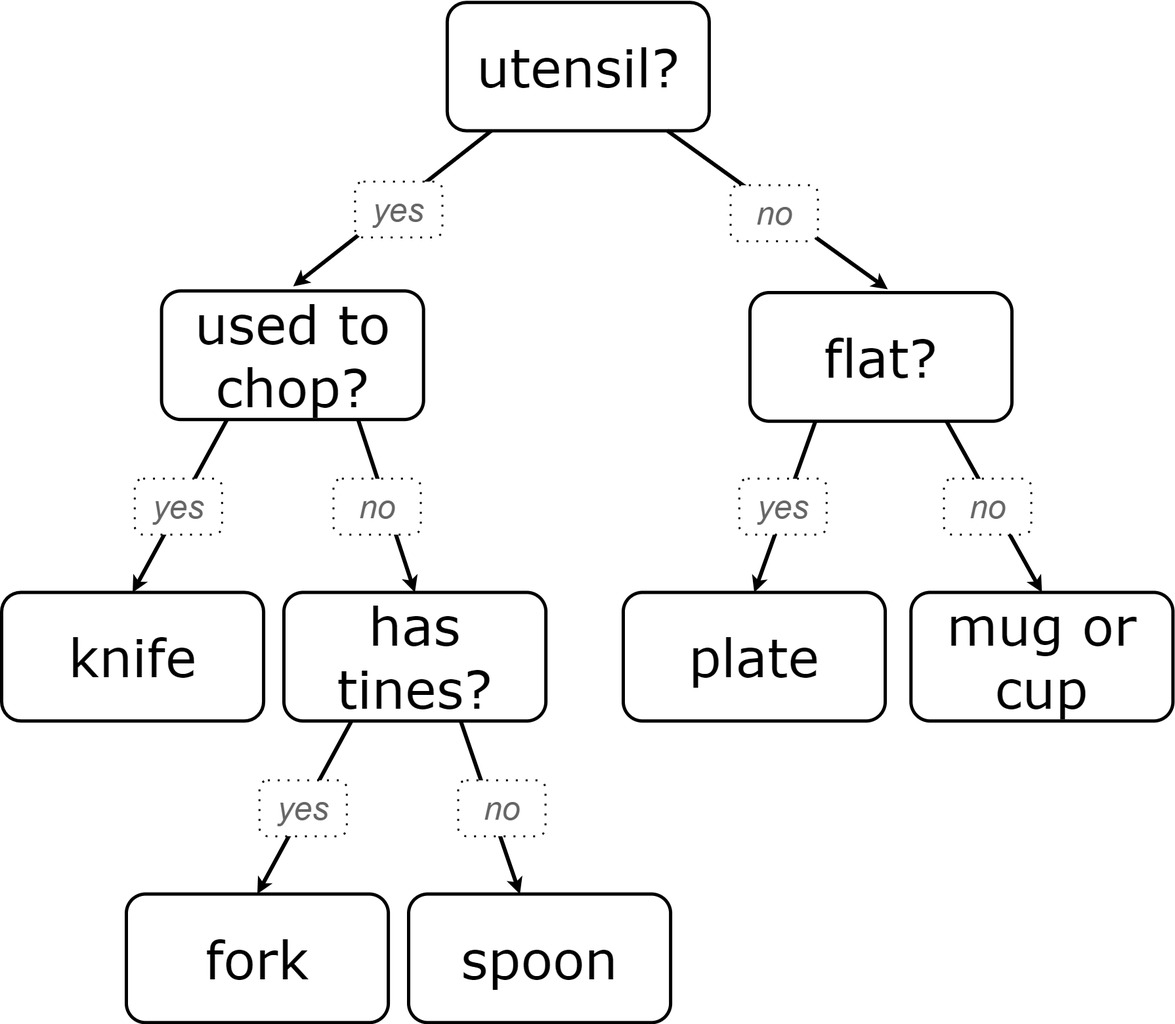
Before: lessons/Data-Science/ai-decision-trees/langs/en-us/images/tree3.png, a diagram exported from draw.io (bootstrapworld/curriculum). Source tidied: cells renumbered, new cells last; positions are measured from the earlier drawing's top-left corner, leaving out a move shared by most shapes. Source of this version:
```xml
<mxGraphModel>
  <root>
    <mxCell id="0" />
    <mxCell id="1" parent="0" />
    <mxCell id="2" style="rounded=0;orthogonalLoop=1;jettySize=auto;html=1;entryX=0.5;entryY=0;entryDx=0;entryDy=0;strokeWidth=6;" parent="1" edge="1">
      <mxGeometry relative="1" as="geometry">
        <mxPoint x="754.9" y="191.6" as="sourcePoint" />
        <mxPoint x="444.2" y="435.4" as="targetPoint" />
      </mxGeometry>
    </mxCell>
    <mxCell id="3" style="group;strokeWidth=5;" parent="1" vertex="1">
      <mxGeometry x="687.8" width="399.1" height="198.6" as="geometry" />
    </mxCell>
    <mxCell id="4" value="&lt;span&gt;&lt;font style=&quot;font-size: 80px;&quot;&gt;utensil?&lt;/font&gt;&lt;/span&gt;" style="whiteSpace=wrap;html=1;rounded=1;shadow=0;labelBackgroundColor=none;strokeWidth=5;fontFamily=Verdana;fontSize=12;align=center;" parent="3" vertex="1">
      <mxGeometry x="-9" y="3.3" width="399.1" height="195.4" as="geometry" />
    </mxCell>
    <mxCell id="5" value="&lt;font style=&quot;font-size: 80px;&quot;&gt;flat?&lt;/font&gt;" style="whiteSpace=wrap;html=1;rounded=1;shadow=0;labelBackgroundColor=none;strokeWidth=5;fontFamily=Verdana;fontSize=12;align=center;" parent="1" vertex="1">
      <mxGeometry x="1140" y="445" width="399.1" height="195.8" as="geometry" />
    </mxCell>
    <mxCell id="6" style="rounded=0;jettySize=auto;html=1;strokeWidth=6;" parent="1" edge="1" source="4">
      <mxGeometry relative="1" as="geometry">
        <mxPoint x="1350" y="440" as="targetPoint" />
      </mxGeometry>
    </mxCell>
    <mxCell id="7" value="&lt;font style=&quot;font-size: 50px;&quot;&gt;no&lt;/font&gt;" style="whiteSpace=wrap;html=1;strokeWidth=3;rounded=1;dashed=1;dashPattern=1 4;fontColor=#666666;fontStyle=2;" parent="1" vertex="1">
      <mxGeometry x="1110.5" y="281.6" width="133" height="85.1" as="geometry" />
    </mxCell>
    <mxCell id="8" value="&lt;font style=&quot;font-size: 80px;&quot;&gt;knife&lt;/font&gt;" style="whiteSpace=wrap;html=1;rounded=1;shadow=0;labelBackgroundColor=none;strokeWidth=5;fontFamily=Verdana;fontSize=12;align=center;" parent="1" vertex="1">
      <mxGeometry y="901.4" width="399.1" height="195.8" as="geometry" />
    </mxCell>
    <mxCell id="9" value="&lt;font style=&quot;font-size: 80px;&quot;&gt;has tines?&lt;/font&gt;" style="whiteSpace=wrap;html=1;rounded=1;shadow=0;labelBackgroundColor=none;strokeWidth=5;fontFamily=Verdana;fontSize=12;align=center;" parent="1" vertex="1">
      <mxGeometry x="430" y="901.4" width="399.1" height="195.8" as="geometry" />
    </mxCell>
    <mxCell id="10" style="rounded=0;jettySize=auto;html=1;entryX=0.5;entryY=0;entryDx=0;entryDy=0;strokeWidth=6;exitX=0.75;exitY=1;exitDx=0;exitDy=0;" parent="1" edge="1" source="21" target="9">
      <mxGeometry relative="1" as="geometry" />
    </mxCell>
    <mxCell id="11" style="rounded=0;jettySize=auto;html=1;entryX=0.5;entryY=0;entryDx=0;entryDy=0;strokeWidth=6;exitX=0.25;exitY=1;exitDx=0;exitDy=0;" parent="1" edge="1" source="21" target="8">
      <mxGeometry relative="1" as="geometry" />
    </mxCell>
    <mxCell id="12" value="&lt;font style=&quot;font-size: 50px;&quot;&gt;no&lt;/font&gt;" style="whiteSpace=wrap;html=1;strokeWidth=3;rounded=1;dashed=1;dashPattern=1 4;fontColor=#666666;fontStyle=2;" parent="1" vertex="1">
      <mxGeometry x="505.5" y="728.3" width="133" height="85.1" as="geometry" />
    </mxCell>
    <mxCell id="13" value="&lt;font style=&quot;font-size: 50px;&quot;&gt;yes&lt;/font&gt;" style="whiteSpace=wrap;html=1;strokeWidth=3;dashed=1;dashPattern=1 4;rounded=1;glass=0;perimeterSpacing=0;fontColor=#666666;fontStyle=2;" parent="1" vertex="1">
      <mxGeometry x="202.8" y="728.3" width="133" height="85.1" as="geometry" />
    </mxCell>
    <mxCell id="14" value="&lt;font style=&quot;font-size: 80px;&quot;&gt;plate&lt;/font&gt;" style="whiteSpace=wrap;html=1;rounded=1;shadow=0;labelBackgroundColor=none;strokeWidth=5;fontFamily=Verdana;fontSize=12;align=center;" parent="1" vertex="1">
      <mxGeometry x="947" y="901.4" width="399.1" height="195.8" as="geometry" />
    </mxCell>
    <mxCell id="15" value="&lt;font style=&quot;font-size: 80px;&quot;&gt;mug or cup&lt;/font&gt;" style="whiteSpace=wrap;html=1;rounded=1;shadow=0;labelBackgroundColor=none;strokeWidth=5;fontFamily=Verdana;fontSize=12;align=center;" parent="1" vertex="1">
      <mxGeometry x="1385.3" y="901.4" width="399.1" height="195.8" as="geometry" />
    </mxCell>
    <mxCell id="16" style="rounded=0;jettySize=auto;html=1;entryX=0.5;entryY=0;entryDx=0;entryDy=0;strokeWidth=6;exitX=0.75;exitY=1;exitDx=0;exitDy=0;" parent="1" edge="1" source="5" target="15">
      <mxGeometry relative="1" as="geometry" />
    </mxCell>
    <mxCell id="17" style="rounded=0;jettySize=auto;html=1;entryX=0.5;entryY=0;entryDx=0;entryDy=0;strokeWidth=6;exitX=0.25;exitY=1;exitDx=0;exitDy=0;" parent="1" edge="1" source="5" target="14">
      <mxGeometry relative="1" as="geometry" />
    </mxCell>
    <mxCell id="18" value="&lt;font style=&quot;font-size: 50px;&quot;&gt;no&lt;/font&gt;" style="whiteSpace=wrap;html=1;strokeWidth=3;rounded=1;dashed=1;dashPattern=1 4;fontColor=#666666;fontStyle=2;" parent="1" vertex="1">
      <mxGeometry x="1435.5" y="728.3" width="133" height="85.1" as="geometry" />
    </mxCell>
    <mxCell id="19" value="&lt;font style=&quot;font-size: 50px;&quot;&gt;yes&lt;/font&gt;" style="whiteSpace=wrap;html=1;strokeWidth=3;dashed=1;dashPattern=1 4;rounded=1;glass=0;perimeterSpacing=0;fontColor=#666666;fontStyle=2;" parent="1" vertex="1">
      <mxGeometry x="1123.8" y="728.3" width="133" height="85.1" as="geometry" />
    </mxCell>
    <mxCell id="20" style="group;" parent="1" vertex="1">
      <mxGeometry x="243.6" y="276" width="427.8" height="362.2" as="geometry" />
    </mxCell>
    <mxCell id="21" value="&lt;font style=&quot;font-size: 80px;&quot;&gt;used to chop?&lt;/font&gt;" style="whiteSpace=wrap;html=1;rounded=1;shadow=0;labelBackgroundColor=none;strokeWidth=5;fontFamily=Verdana;fontSize=12;align=center;" parent="20" vertex="1">
      <mxGeometry y="166.4" width="399.1" height="195.8" as="geometry" />
    </mxCell>
    <mxCell id="22" value="&lt;font style=&quot;font-size: 50px;&quot;&gt;yes&lt;/font&gt;" style="whiteSpace=wrap;html=1;strokeWidth=3;dashed=1;dashPattern=1 4;rounded=1;glass=0;perimeterSpacing=0;fontColor=#666666;fontStyle=2;" parent="20" vertex="1">
      <mxGeometry x="294.8" width="133" height="85.1" as="geometry" />
    </mxCell>
    <mxCell id="23" value="&lt;font style=&quot;font-size: 80px;&quot;&gt;fork&lt;/font&gt;" style="whiteSpace=wrap;html=1;rounded=1;shadow=0;labelBackgroundColor=none;strokeWidth=5;fontFamily=Verdana;fontSize=12;align=center;" parent="1" vertex="1">
      <mxGeometry x="190" y="1360.6" width="399.1" height="195.8" as="geometry" />
    </mxCell>
    <mxCell id="24" value="&lt;font style=&quot;font-size: 80px;&quot;&gt;spoon&lt;/font&gt;" style="whiteSpace=wrap;html=1;rounded=1;shadow=0;labelBackgroundColor=none;strokeWidth=5;fontFamily=Verdana;fontSize=12;align=center;" parent="1" vertex="1">
      <mxGeometry x="620" y="1360.6" width="399.1" height="195.8" as="geometry" />
    </mxCell>
    <mxCell id="25" style="rounded=0;orthogonalLoop=1;jettySize=auto;html=1;entryX=0.5;entryY=0;entryDx=0;entryDy=0;strokeWidth=6;exitX=0.75;exitY=1;exitDx=0;exitDy=0;" parent="1" edge="1">
      <mxGeometry relative="1" as="geometry">
        <mxPoint x="699.3" y="1097.2" as="sourcePoint" />
        <mxPoint x="789.6" y="1360.6" as="targetPoint" />
      </mxGeometry>
    </mxCell>
    <mxCell id="26" style="rounded=0;jettySize=auto;html=1;entryX=0.5;entryY=0;entryDx=0;entryDy=0;strokeWidth=6;exitX=0.25;exitY=1;exitDx=0;exitDy=0;" parent="1" edge="1" target="23">
      <mxGeometry relative="1" as="geometry">
        <mxPoint x="533" y="1097.2" as="sourcePoint" />
      </mxGeometry>
    </mxCell>
    <mxCell id="27" value="&lt;font style=&quot;font-size: 50px;&quot;&gt;no&lt;/font&gt;" style="whiteSpace=wrap;html=1;strokeWidth=3;rounded=1;dashed=1;dashPattern=1 4;fontColor=#666666;fontStyle=2;" parent="1" vertex="1">
      <mxGeometry x="695.5" y="1187.5" width="133" height="85.1" as="geometry" />
    </mxCell>
    <mxCell id="28" value="&lt;font style=&quot;font-size: 50px;&quot;&gt;yes&lt;/font&gt;" style="whiteSpace=wrap;html=1;strokeWidth=3;dashed=1;dashPattern=1 4;rounded=1;glass=0;perimeterSpacing=0;fontColor=#666666;fontStyle=2;" parent="1" vertex="1">
      <mxGeometry x="392.8" y="1187.5" width="133" height="85.1" as="geometry" />
    </mxCell>
  </root>
</mxGraphModel>
```
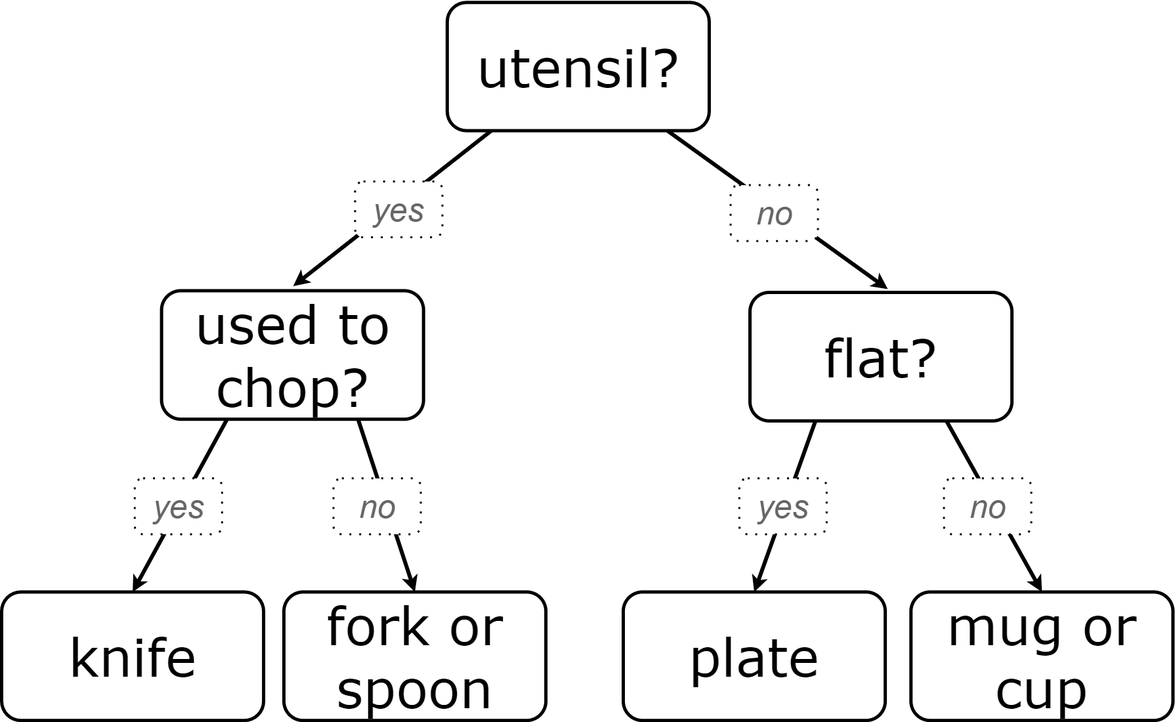
The same file after the commit.

Commit message:
decision tree updates

Change to the diagram source:
```diff
@@ -28,7 +28,7 @@
     <mxCell id="8" value="&lt;font style=&quot;font-size: 80px;&quot;&gt;knife&lt;/font&gt;" style="whiteSpace=wrap;html=1;rounded=1;shadow=0;labelBackgroundColor=none;strokeWidth=5;fontFamily=Verdana;fontSize=12;align=center;" parent="1" vertex="1">
       <mxGeometry y="901.4" width="399.1" height="195.8" as="geometry" />
     </mxCell>
-    <mxCell id="9" value="&lt;font style=&quot;font-size: 80px;&quot;&gt;has tines?&lt;/font&gt;" style="whiteSpace=wrap;html=1;rounded=1;shadow=0;labelBackgroundColor=none;strokeWidth=5;fontFamily=Verdana;fontSize=12;align=center;" parent="1" vertex="1">
+    <mxCell id="9" value="&lt;font style=&quot;font-size: 80px;&quot;&gt;fork or spoon&lt;/font&gt;" style="whiteSpace=wrap;html=1;rounded=1;shadow=0;labelBackgroundColor=none;strokeWidth=5;fontFamily=Verdana;fontSize=12;align=center;" parent="1" vertex="1">
       <mxGeometry x="430" y="901.4" width="399.1" height="195.8" as="geometry" />
     </mxCell>
     <mxCell id="10" style="rounded=0;jettySize=auto;html=1;entryX=0.5;entryY=0;entryDx=0;entryDy=0;strokeWidth=6;exitX=0.75;exitY=1;exitDx=0;exitDy=0;" parent="1" edge="1" source="21" target="9">
@@ -70,28 +70,5 @@
     <mxCell id="22" value="&lt;font style=&quot;font-size: 50px;&quot;&gt;yes&lt;/font&gt;" style="whiteSpace=wrap;html=1;strokeWidth=3;dashed=1;dashPattern=1 4;rounded=1;glass=0;perimeterSpacing=0;fontColor=#666666;fontStyle=2;" parent="20" vertex="1">
       <mxGeometry x="294.8" width="133" height="85.1" as="geometry" />
     </mxCell>
-    <mxCell id="23" value="&lt;font style=&quot;font-size: 80px;&quot;&gt;fork&lt;/font&gt;" style="whiteSpace=wrap;html=1;rounded=1;shadow=0;labelBackgroundColor=none;strokeWidth=5;fontFamily=Verdana;fontSize=12;align=center;" parent="1" vertex="1">
-      <mxGeometry x="190" y="1360.6" width="399.1" height="195.8" as="geometry" />
-    </mxCell>
-    <mxCell id="24" value="&lt;font style=&quot;font-size: 80px;&quot;&gt;spoon&lt;/font&gt;" style="whiteSpace=wrap;html=1;rounded=1;shadow=0;labelBackgroundColor=none;strokeWidth=5;fontFamily=Verdana;fontSize=12;align=center;" parent="1" vertex="1">
-      <mxGeometry x="620" y="1360.6" width="399.1" height="195.8" as="geometry" />
-    </mxCell>
-    <mxCell id="25" style="rounded=0;orthogonalLoop=1;jettySize=auto;html=1;entryX=0.5;entryY=0;entryDx=0;entryDy=0;strokeWidth=6;exitX=0.75;exitY=1;exitDx=0;exitDy=0;" parent="1" edge="1">
-      <mxGeometry relative="1" as="geometry">
-        <mxPoint x="699.3" y="1097.2" as="sourcePoint" />
-        <mxPoint x="789.6" y="1360.6" as="targetPoint" />
-      </mxGeometry>
-    </mxCell>
-    <mxCell id="26" style="rounded=0;jettySize=auto;html=1;entryX=0.5;entryY=0;entryDx=0;entryDy=0;strokeWidth=6;exitX=0.25;exitY=1;exitDx=0;exitDy=0;" parent="1" edge="1" target="23">
-      <mxGeometry relative="1" as="geometry">
-        <mxPoint x="533" y="1097.2" as="sourcePoint" />
-      </mxGeometry>
-    </mxCell>
-    <mxCell id="27" value="&lt;font style=&quot;font-size: 50px;&quot;&gt;no&lt;/font&gt;" style="whiteSpace=wrap;html=1;strokeWidth=3;rounded=1;dashed=1;dashPattern=1 4;fontColor=#666666;fontStyle=2;" parent="1" vertex="1">
-      <mxGeometry x="695.5" y="1187.5" width="133" height="85.1" as="geometry" />
-    </mxCell>
-    <mxCell id="28" value="&lt;font style=&quot;font-size: 50px;&quot;&gt;yes&lt;/font&gt;" style="whiteSpace=wrap;html=1;strokeWidth=3;dashed=1;dashPattern=1 4;rounded=1;glass=0;perimeterSpacing=0;fontColor=#666666;fontStyle=2;" parent="1" vertex="1">
-      <mxGeometry x="392.8" y="1187.5" width="133" height="85.1" as="geometry" />
-    </mxCell>
   </root>
 </mxGraphModel>
```
